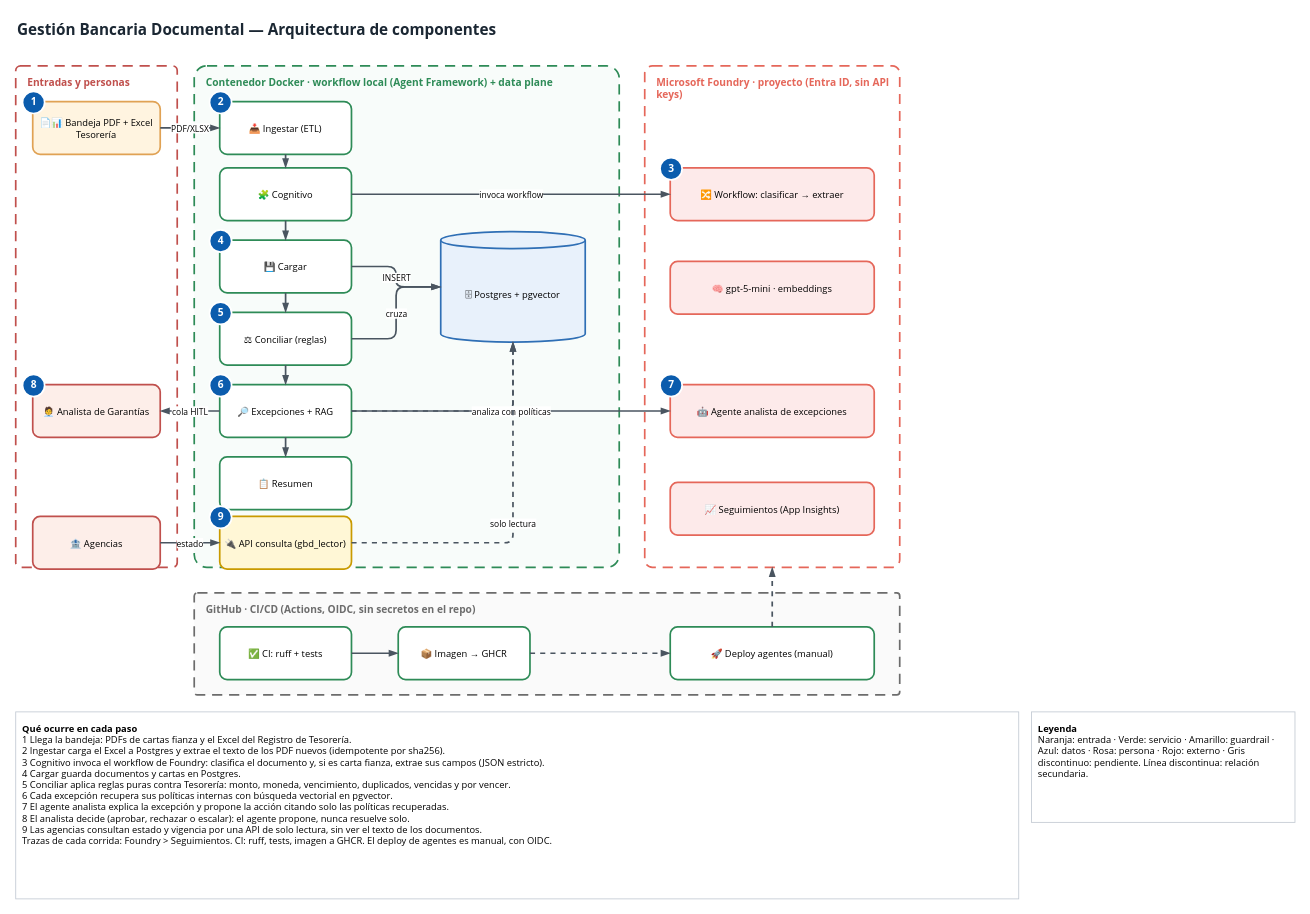
The draw.io diagram docs/arquitectura.drawio in manuelarguelles/gestion-bancaria-documental, before the edit. Source tidied: cells renumbered, new cells numbered last; positions are measured from the earlier drawing's top-left corner, leaving out a move shared by most shapes. Both pictures are drawn from the tidied source at 85%, with x=0, y=0 at pixel (15, 14).
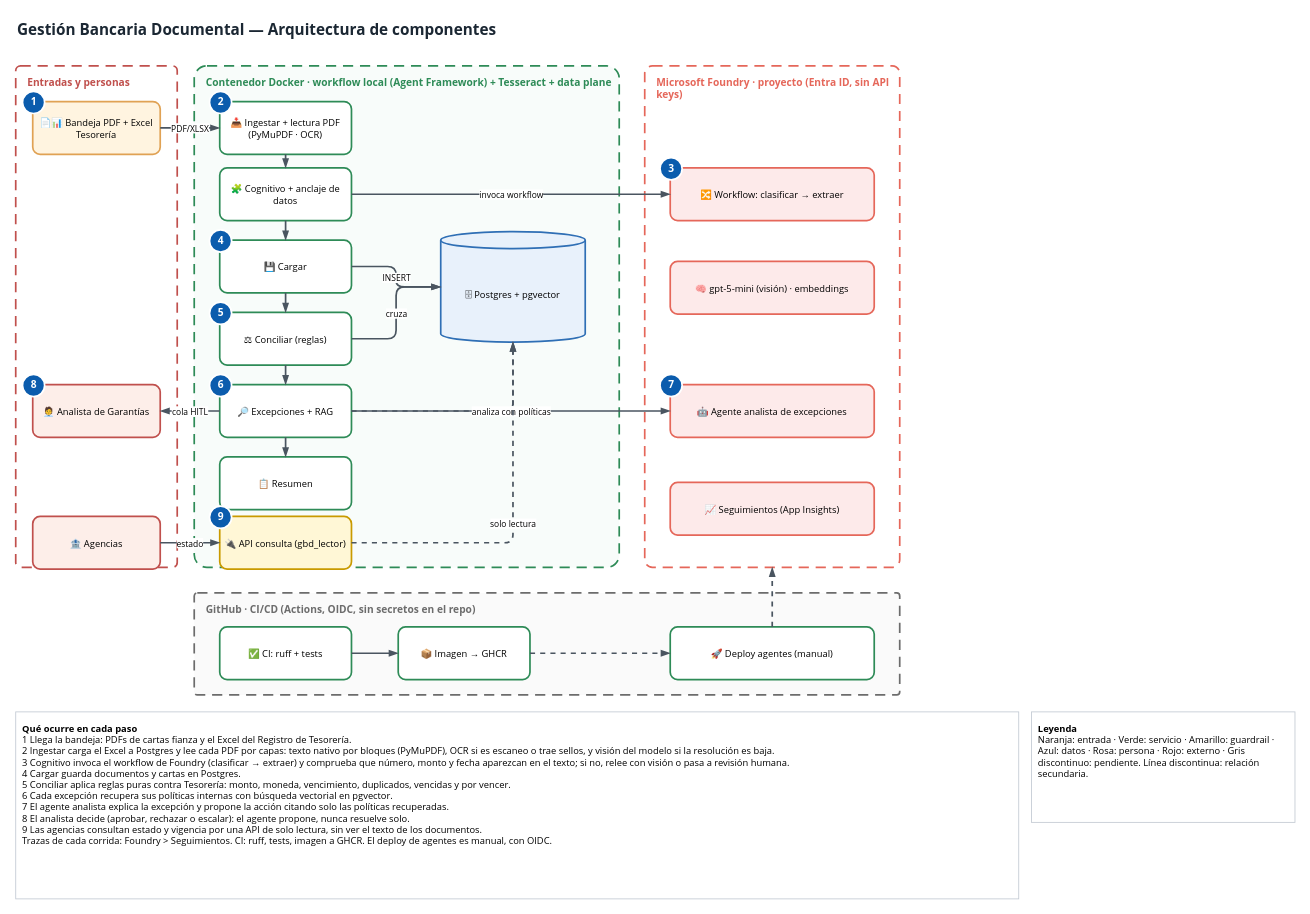
The same diagram, later.

The edit, as a diff of the source:
```diff
@@
-    <mxCell id="4" value="Contenedor Docker · workflow local (Agent Framework) + data plane" style="rounded=1;arcSize=3;whiteSpace=wrap;html=1;fontFamily=Segoe UI;fontSize=12;fontStyle=1;verticalAlign=top;align=left;spacingLeft=12;spacingTop=6;fillColor=#f8fcfa;strokeColor=#2e8b57;fontColor=#2e8b57;dashed=1;dashPattern=6 4;strokeWidth=2;" parent="1" vertex="1">
+    <mxCell id="4" value="Contenedor Docker · workflow local (Agent Framework) + Tesseract + data plane" style="rounded=1;arcSize=3;whiteSpace=wrap;html=1;fontFamily=Segoe UI;fontSize=12;fontStyle=1;verticalAlign=top;align=left;spacingLeft=12;spacingTop=6;fillColor=#f8fcfa;strokeColor=#2e8b57;fontColor=#2e8b57;dashed=1;dashPattern=6 4;strokeWidth=2;" parent="1" vertex="1">
       <mxGeometry x="210" y="60" width="500" height="590" as="geometry" />
     </mxCell>
@@
-    <mxCell id="8" value="📥 Ingestar (ETL)" style="rounded=1;arcSize=14;whiteSpace=wrap;html=1;fontFamily=Segoe UI;fontSize=11;fillColor=#ffffff;strokeColor=#2e8b57;strokeWidth=2;" parent="1" vertex="1">
+    <mxCell id="8" value="📥 Ingestar + lectura PDF (PyMuPDF · OCR)" style="rounded=1;arcSize=14;whiteSpace=wrap;html=1;fontFamily=Segoe UI;fontSize=11;fillColor=#ffffff;strokeColor=#2e8b57;strokeWidth=2;" parent="1" vertex="1">
       <mxGeometry x="240" y="102" width="155" height="62" as="geometry" />
     </mxCell>
-    <mxCell id="9" value="🧩 Cognitivo" style="rounded=1;arcSize=14;whiteSpace=wrap;html=1;fontFamily=Segoe UI;fontSize=11;fillColor=#ffffff;strokeColor=#2e8b57;strokeWidth=2;" parent="1" vertex="1">
+    <mxCell id="9" value="🧩 Cognitivo + anclaje de datos" style="rounded=1;arcSize=14;whiteSpace=wrap;html=1;fontFamily=Segoe UI;fontSize=11;fillColor=#ffffff;strokeColor=#2e8b57;strokeWidth=2;" parent="1" vertex="1">
       <mxGeometry x="240" y="180" width="155" height="62" as="geometry" />
     </mxCell>
@@
-    <mxCell id="19" value="🧠 gpt-5-mini · embeddings" style="rounded=1;arcSize=14;whiteSpace=wrap;html=1;fontFamily=Segoe UI;fontSize=11;fillColor=#fdeaea;strokeColor=#e5675a;strokeWidth=2;" parent="1" vertex="1">
+    <mxCell id="19" value="🧠 gpt-5-mini (visión) · embeddings" style="rounded=1;arcSize=14;whiteSpace=wrap;html=1;fontFamily=Segoe UI;fontSize=11;fillColor=#fdeaea;strokeColor=#e5675a;strokeWidth=2;" parent="1" vertex="1">
       <mxGeometry x="770" y="290" width="240" height="62" as="geometry" />
     </mxCell>
@@
-    <mxCell id="51" value="&lt;b&gt;Qué ocurre en cada paso&lt;/b&gt;&lt;br&gt;1  Llega la bandeja: PDFs de cartas fianza y el Excel del Registro de Tesorería.&lt;br&gt;2  Ingestar carga el Excel a Postgres y extrae el texto de los PDF nuevos (idempotente por sha256).&lt;br&gt;3  Cognitivo invoca el workflow de Foundry: clasifica el documento y, si es carta fianza, extrae sus campos (JSON estricto).&lt;br&gt;4  Cargar guarda documentos y cartas en Postgres.&lt;br&gt;5  Conciliar aplica reglas puras contra Tesorería: monto, moneda, vencimiento, duplicados, vencidas y por vencer.&lt;br&gt;6  Cada excepción recupera sus políticas internas con búsqueda vectorial en pgvector.&lt;br&gt;7  El agente analista explica la excepción y propone la acción citando solo las políticas recuperadas.&lt;br&gt;8  El analista decide (aprobar, rechazar o escalar): el agente propone, nunca resuelve solo.&lt;br&gt;9  Las agencias consultan estado y vigencia por una API de solo lectura, sin ver el texto de los documentos.&lt;br&gt;Trazas de cada corrida: Foundry &amp;gt; Seguimientos. CI: ruff, tests, imagen a GHCR. El deploy de agentes es manual, con OIDC." style="text;html=1;whiteSpace=wrap;align=left;verticalAlign=top;fontFamily=Segoe UI;fontSize=11;fillColor=#ffffff;strokeColor=#c3cad3;spacing=8;" parent="1" vertex="1">
+    <mxCell id="51" value="&lt;b&gt;Qué ocurre en cada paso&lt;/b&gt;&lt;br&gt;1  Llega la bandeja: PDFs de cartas fianza y el Excel del Registro de Tesorería.&lt;br&gt;2  Ingestar carga el Excel a Postgres y lee cada PDF por capas: texto nativo por bloques (PyMuPDF), OCR si es escaneo o trae sellos, y visión del modelo si la resolución es baja.&lt;br&gt;3  Cognitivo invoca el workflow de Foundry (clasificar → extraer) y comprueba que número, monto y fecha aparezcan en el texto; si no, relee con visión o pasa a revisión humana.&lt;br&gt;4  Cargar guarda documentos y cartas en Postgres.&lt;br&gt;5  Conciliar aplica reglas puras contra Tesorería: monto, moneda, vencimiento, duplicados, vencidas y por vencer.&lt;br&gt;6  Cada excepción recupera sus políticas internas con búsqueda vectorial en pgvector.&lt;br&gt;7  El agente analista explica la excepción y propone la acción citando solo las políticas recuperadas.&lt;br&gt;8  El analista decide (aprobar, rechazar o escalar): el agente propone, nunca resuelve solo.&lt;br&gt;9  Las agencias consultan estado y vigencia por una API de solo lectura, sin ver el texto de los documentos.&lt;br&gt;Trazas de cada corrida: Foundry &amp;gt; Seguimientos. CI: ruff, tests, imagen a GHCR. El deploy de agentes es manual, con OIDC." style="text;html=1;whiteSpace=wrap;align=left;verticalAlign=top;fontFamily=Segoe UI;fontSize=11;fillColor=#ffffff;strokeColor=#c3cad3;spacing=8;" parent="1" vertex="1">
       <mxGeometry y="820" width="1180" height="220" as="geometry" />
     </mxCell>
```
